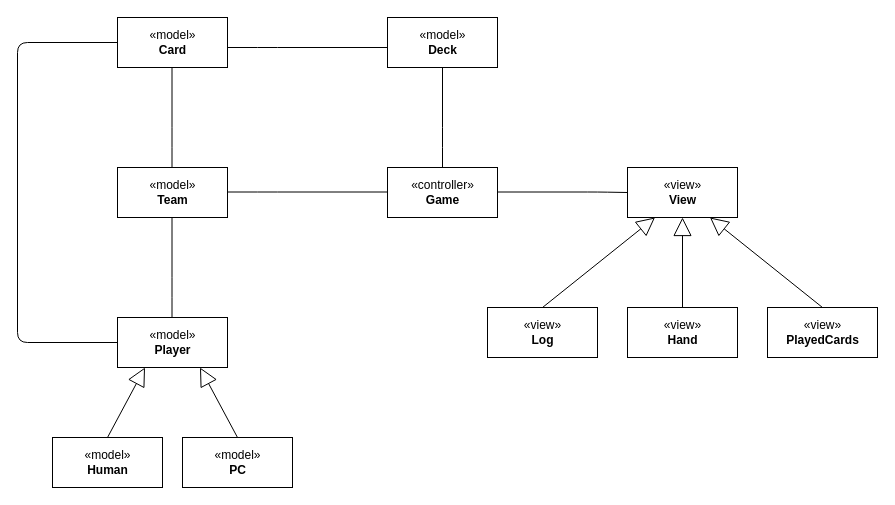
Earlier version of the draw.io diagram page "Dijagram arhitekture Trešete" (9 of 11) of Dijagram.drawio (TheRealJoci/Tressette-Terminal-Card-Game). Source tidied: cells renumbered, new cells numbered last; positions are measured from the earlier drawing's top-left corner, leaving out a move shared by most shapes. Both pictures are drawn from the tidied source at 100%, with x=0, y=0 at pixel (17, 17).
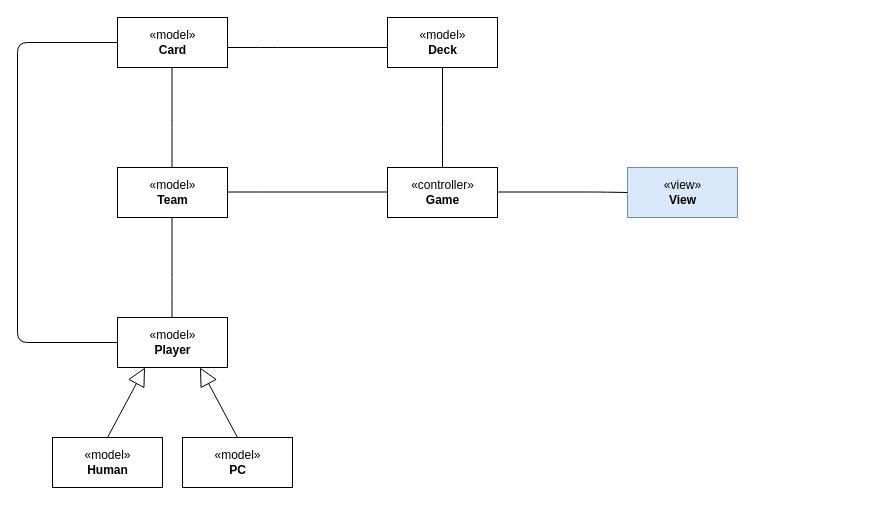
The same page after the edit.

Diff of the diagram source:
```diff
@@
-    <mxCell id="3" value="«view»&lt;br&gt;&lt;b&gt;View&lt;/b&gt;" style="html=1;" parent="1" vertex="1">
+    <mxCell id="3" value="«view»&lt;br&gt;&lt;b&gt;View&lt;/b&gt;" style="html=1;fillColor=#dae8fc;strokeColor=#6c8ebf;" parent="1" vertex="1">
       <mxGeometry x="610" y="150" width="110" height="50" as="geometry" />
     </mxCell>
@@
-    <mxCell id="16" value="«view»&lt;br&gt;&lt;b&gt;Log&lt;/b&gt;" style="html=1;" parent="1" vertex="1">
-      <mxGeometry x="470" y="290" width="110" height="50" as="geometry" />
-    </mxCell>
-    <mxCell id="17" value="«view»&lt;br&gt;&lt;b&gt;Hand&lt;/b&gt;" style="html=1;" parent="1" vertex="1">
-      <mxGeometry x="610" y="290" width="110" height="50" as="geometry" />
-    </mxCell>
-    <mxCell id="18" value="«view»&lt;br&gt;&lt;b&gt;PlayedCards&lt;/b&gt;" style="html=1;" parent="1" vertex="1">
-      <mxGeometry x="750" y="290" width="110" height="50" as="geometry" />
-    </mxCell>
-    <mxCell id="19" style="endArrow=block;endSize=16;endFill=0;html=1;entryX=0.25;entryY=1;entryDx=0;entryDy=0;exitX=0.5;exitY=0;exitDx=0;exitDy=0;" parent="1" edge="1" source="16" target="3">
-      <mxGeometry relative="1" as="geometry" />
-    </mxCell>
-    <mxCell id="20" style="endArrow=block;endSize=16;endFill=0;html=1;entryX=0.5;entryY=1;entryDx=0;entryDy=0;exitX=0.5;exitY=0;exitDx=0;exitDy=0;" parent="1" edge="1" source="17" target="3">
-      <mxGeometry relative="1" as="geometry" />
-    </mxCell>
-    <mxCell id="21" style="endArrow=block;endSize=16;endFill=0;html=1;entryX=0.75;entryY=1;entryDx=0;entryDy=0;exitX=0.5;exitY=0;exitDx=0;exitDy=0;" parent="1" edge="1" source="18" target="3">
-      <mxGeometry relative="1" as="geometry" />
-    </mxCell>
```
